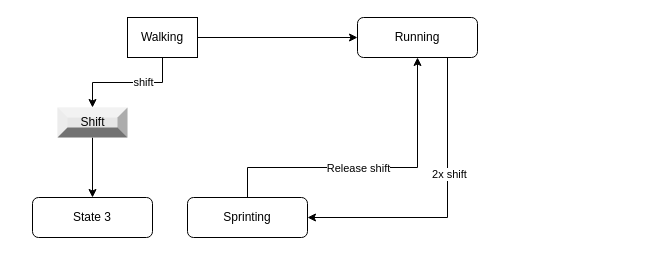
Above: 1nnocent.drawio in Hollow-Ice-Studio/GitInitials (draw.io), before the change. Source tidied: cells renumbered, new cells numbered last; positions are measured from the earlier drawing's top-left corner, leaving out a move shared by most shapes. Both pictures are drawn from the tidied source at 100%, with x=0, y=0 at pixel (32, 17).
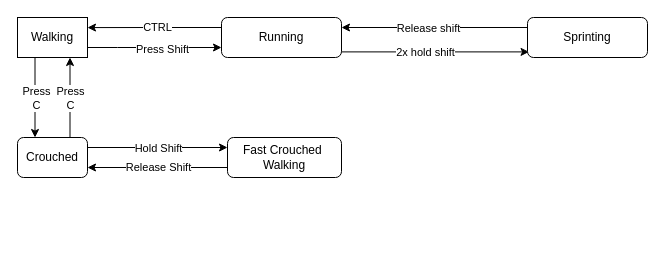
The same diagram, later.

Commit message:
Basic FSM 1nnocent.drawio

Diff of the diagram source:
```diff
@@
-    <mxCell id="2" style="edgeStyle=orthogonalEdgeStyle;rounded=0;jettySize=auto;html=1;exitX=0.75;exitY=1;exitDx=0;exitDy=0;entryX=1;entryY=0.5;entryDx=0;entryDy=0;" parent="1" edge="1" source="4" target="12">
-      <mxGeometry relative="1" as="geometry" />
+    <mxCell id="2" style="edgeStyle=orthogonalEdgeStyle;rounded=0;jettySize=auto;html=1;exitX=1;exitY=0.75;exitDx=0;exitDy=0;entryX=0.013;entryY=0.86;entryDx=0;entryDy=0;entryPerimeter=0;" parent="1" edge="1" source="4" target="12">
+      <mxGeometry relative="1" as="geometry">
+        <Array as="points">
+          <mxPoint x="309" y="34" />
+          <mxPoint x="497" y="34" />
+        </Array>
+      </mxGeometry>
     </mxCell>
-    <mxCell id="3" value="2x shift&lt;br&gt;" style="edgeLabel;html=1;align=center;verticalAlign=middle;" parent="2" vertex="1">
-      <mxGeometry x="-0.23" y="1" relative="1" as="geometry" />
-    </mxCell>
+    <mxCell id="15" value="2x hold shift" style="edgeLabel;html=1;align=center;verticalAlign=middle;" parent="2" vertex="1">
+      <mxGeometry x="-0.08" relative="1" as="geometry" />
+    </mxCell>
+    <mxCell id="16" style="edgeStyle=orthogonalEdgeStyle;rounded=0;jettySize=auto;html=1;exitX=0;exitY=0.25;exitDx=0;exitDy=0;" parent="1" edge="1" source="4">
+      <mxGeometry relative="1" as="geometry">
+        <mxPoint x="55" y="10.1" as="targetPoint" />
+      </mxGeometry>
+    </mxCell>
+    <mxCell id="17" value="CTRL" style="edgeLabel;html=1;align=center;verticalAlign=middle;" parent="16" vertex="1">
+      <mxGeometry x="0.17" y="-1" relative="1" as="geometry">
+        <mxPoint x="14" as="offset" />
+      </mxGeometry>
+    </mxCell>
     <mxCell id="4" value="Running" style="rounded=1;whiteSpace=wrap;html=1;fontSize=12;glass=0;strokeWidth=1;shadow=0;" parent="1" vertex="1">
-      <mxGeometry x="325" width="120" height="40" as="geometry" />
+      <mxGeometry x="189" width="120" height="40" as="geometry" />
     </mxCell>
-    <mxCell id="5" style="edgeStyle=orthogonalEdgeStyle;rounded=0;jettySize=auto;html=1;exitX=0.5;exitY=1;exitDx=0;exitDy=0;" parent="1" edge="1" source="8" target="14">
-      <mxGeometry relative="1" as="geometry" />
-    </mxCell>
-    <mxCell id="6" value="shift&lt;br&gt;" style="edgeLabel;html=1;align=center;verticalAlign=middle;" parent="5" vertex="1">
-      <mxGeometry x="-0.25" y="-1" relative="1" as="geometry" />
-    </mxCell>
     <mxCell id="7" style="edgeStyle=orthogonalEdgeStyle;rounded=0;jettySize=auto;html=1;" parent="1" edge="1" source="8" target="4">
-      <mxGeometry relative="1" as="geometry" />
+      <mxGeometry relative="1" as="geometry">
+        <Array as="points">
+          <mxPoint x="85" y="30" />
+          <mxPoint x="85" y="30" />
+        </Array>
+      </mxGeometry>
     </mxCell>
+    <mxCell id="18" value="Press Shift" style="edgeLabel;html=1;align=center;verticalAlign=middle;" parent="7" vertex="1">
+      <mxGeometry x="0.1" y="-1" relative="1" as="geometry" />
+    </mxCell>
+    <mxCell id="19" style="edgeStyle=orthogonalEdgeStyle;rounded=0;jettySize=auto;html=1;exitX=0.25;exitY=1;exitDx=0;exitDy=0;entryX=0.25;entryY=0;entryDx=0;entryDy=0;" parent="1" edge="1" source="8" target="25">
+      <mxGeometry relative="1" as="geometry" />
+    </mxCell>
+    <mxCell id="20" value="Press&lt;br&gt;C" style="edgeLabel;html=1;align=center;verticalAlign=middle;" parent="19" vertex="1">
+      <mxGeometry x="-0.16" y="1" relative="1" as="geometry">
+        <mxPoint y="6.4" as="offset" />
+      </mxGeometry>
+    </mxCell>
     <mxCell id="8" value="Walking&lt;br&gt;" style="rounded=1;whiteSpace=wrap;html=1;fontSize=12;glass=0;strokeWidth=1;shadow=0;arcSize=0;" parent="1" vertex="1">
-      <mxGeometry x="95" width="70" height="40" as="geometry" />
+      <mxGeometry x="-15" width="70" height="40" as="geometry" />
     </mxCell>
-    <mxCell id="9" value="State 3" style="rounded=1;whiteSpace=wrap;html=1;fontSize=12;glass=0;strokeWidth=1;shadow=0;" parent="1" vertex="1">
-      <mxGeometry y="180" width="120" height="40" as="geometry" />
-    </mxCell>
-    <mxCell id="10" style="edgeStyle=orthogonalEdgeStyle;rounded=0;jettySize=auto;html=1;exitX=0.5;exitY=0;exitDx=0;exitDy=0;" parent="1" edge="1" source="12" target="4">
-      <mxGeometry relative="1" as="geometry">
-        <Array as="points">
-          <mxPoint x="215" y="150" />
-          <mxPoint x="385" y="150" />
-        </Array>
-      </mxGeometry>
+    <mxCell id="10" style="edgeStyle=orthogonalEdgeStyle;rounded=0;jettySize=auto;html=1;exitX=0;exitY=0.25;exitDx=0;exitDy=0;entryX=1;entryY=0.25;entryDx=0;entryDy=0;" parent="1" edge="1" source="12" target="4">
+      <mxGeometry relative="1" as="geometry" />
     </mxCell>
     <mxCell id="11" value="Release shift" style="edgeLabel;html=1;align=center;verticalAlign=middle;" parent="10" vertex="1">
-      <mxGeometry x="0.13" relative="1" as="geometry">
-        <mxPoint x="-35" as="offset" />
+      <mxGeometry x="0.18" y="1" relative="1" as="geometry">
+        <mxPoint x="10" as="offset" />
       </mxGeometry>
     </mxCell>
-    <mxCell id="12" value="Sprinting&lt;br&gt;" style="rounded=1;whiteSpace=wrap;html=1;fontSize=12;glass=0;strokeWidth=1;shadow=0;" parent="1" vertex="1">
-      <mxGeometry x="155" y="180" width="120" height="40" as="geometry" />
+    <mxCell id="12" value="Sprinting" style="rounded=1;whiteSpace=wrap;html=1;" parent="1" vertex="1">
+      <mxGeometry x="495" width="120" height="40" as="geometry" />
     </mxCell>
-    <mxCell id="13" style="edgeStyle=orthogonalEdgeStyle;rounded=0;jettySize=auto;html=1;" parent="1" edge="1" source="14" target="9">
-      <mxGeometry relative="1" as="geometry" />
-    </mxCell>
-    <mxCell id="14" value="Shift" style="labelPosition=center;verticalLabelPosition=middle;align=center;html=1;shape=mxgraph.basic.shaded_button;dx=10;fillColor=#E6E6E6;strokeColor=none;" parent="1" vertex="1">
-      <mxGeometry x="25" y="90" width="70" height="30" as="geometry" />
-    </mxCell>
+    <mxCell id="21" style="edgeStyle=orthogonalEdgeStyle;rounded=0;jettySize=auto;html=1;exitX=0.75;exitY=0;exitDx=0;exitDy=0;entryX=0.75;entryY=1;entryDx=0;entryDy=0;" parent="1" edge="1" source="25" target="8">
+      <mxGeometry relative="1" as="geometry" />
+    </mxCell>
+    <mxCell id="22" value="Press&lt;br&gt;C" style="edgeLabel;html=1;align=center;verticalAlign=middle;" parent="21" vertex="1">
+      <mxGeometry x="0.16" relative="1" as="geometry">
+        <mxPoint y="6.4" as="offset" />
+      </mxGeometry>
+    </mxCell>
+    <mxCell id="23" style="edgeStyle=orthogonalEdgeStyle;rounded=0;jettySize=auto;html=1;exitX=1;exitY=0.25;exitDx=0;exitDy=0;entryX=0;entryY=0.25;entryDx=0;entryDy=0;" parent="1" edge="1" source="25" target="28">
+      <mxGeometry relative="1" as="geometry" />
+    </mxCell>
+    <mxCell id="24" value="Hold Shift" style="edgeLabel;html=1;align=center;verticalAlign=middle;" parent="23" vertex="1">
+      <mxGeometry x="-0.15" relative="1" as="geometry">
+        <mxPoint x="10" as="offset" />
+      </mxGeometry>
+    </mxCell>
+    <mxCell id="25" value="Crouched" style="rounded=1;whiteSpace=wrap;html=1;" parent="1" vertex="1">
+      <mxGeometry x="-15" y="120" width="70" height="40" as="geometry" />
+    </mxCell>
+    <mxCell id="26" style="edgeStyle=orthogonalEdgeStyle;rounded=0;jettySize=auto;html=1;exitX=0;exitY=0.75;exitDx=0;exitDy=0;entryX=1;entryY=0.75;entryDx=0;entryDy=0;" parent="1" edge="1" source="28" target="25">
+      <mxGeometry relative="1" as="geometry" />
+    </mxCell>
+    <mxCell id="27" value="Release Shift" style="edgeLabel;html=1;align=center;verticalAlign=middle;" parent="26" vertex="1">
+      <mxGeometry x="0.2" y="-1" relative="1" as="geometry">
+        <mxPoint x="14.4" as="offset" />
+      </mxGeometry>
+    </mxCell>
+    <mxCell id="28" value="Fast Crouched&amp;nbsp;&lt;br&gt;Walking" style="rounded=1;whiteSpace=wrap;html=1;" parent="1" vertex="1">
+      <mxGeometry x="195" y="120" width="114" height="40" as="geometry" />
+    </mxCell>
```
